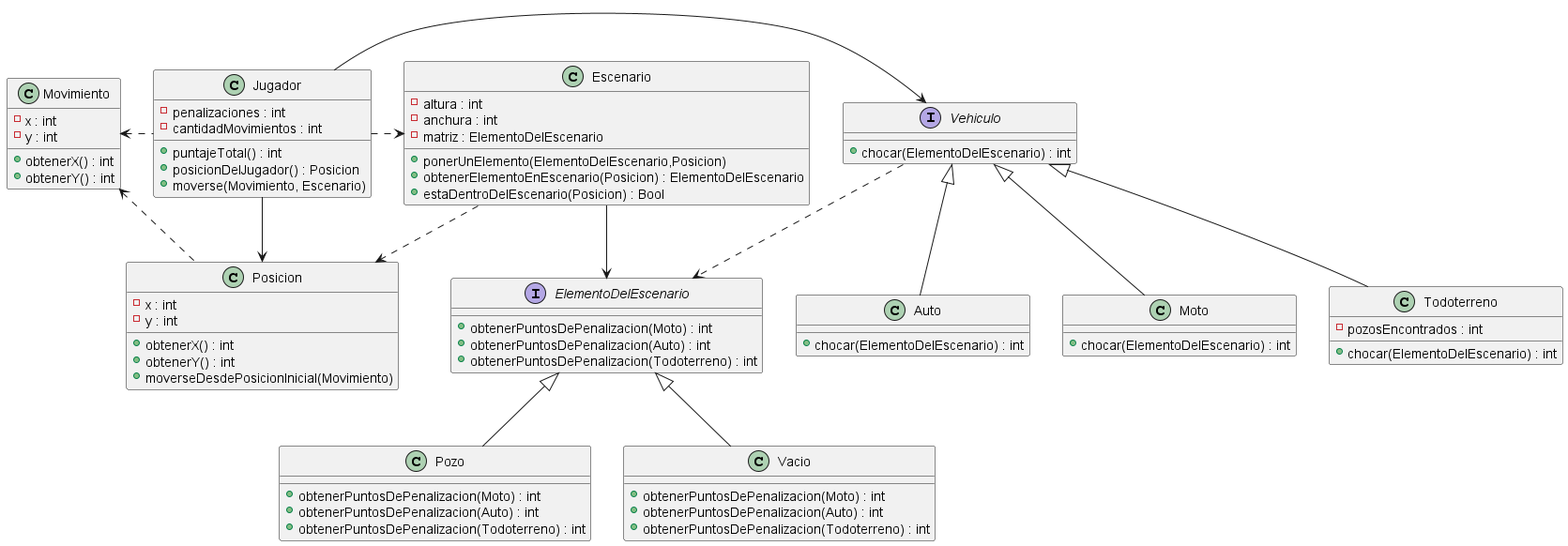
Earlier version of the PlantUML export diagrams/classes/diagrama_clase.png (NestorPala/T17-GPSChallenge). Its source is kept beside it as diagrams/classes/diagrama_clase.puml.
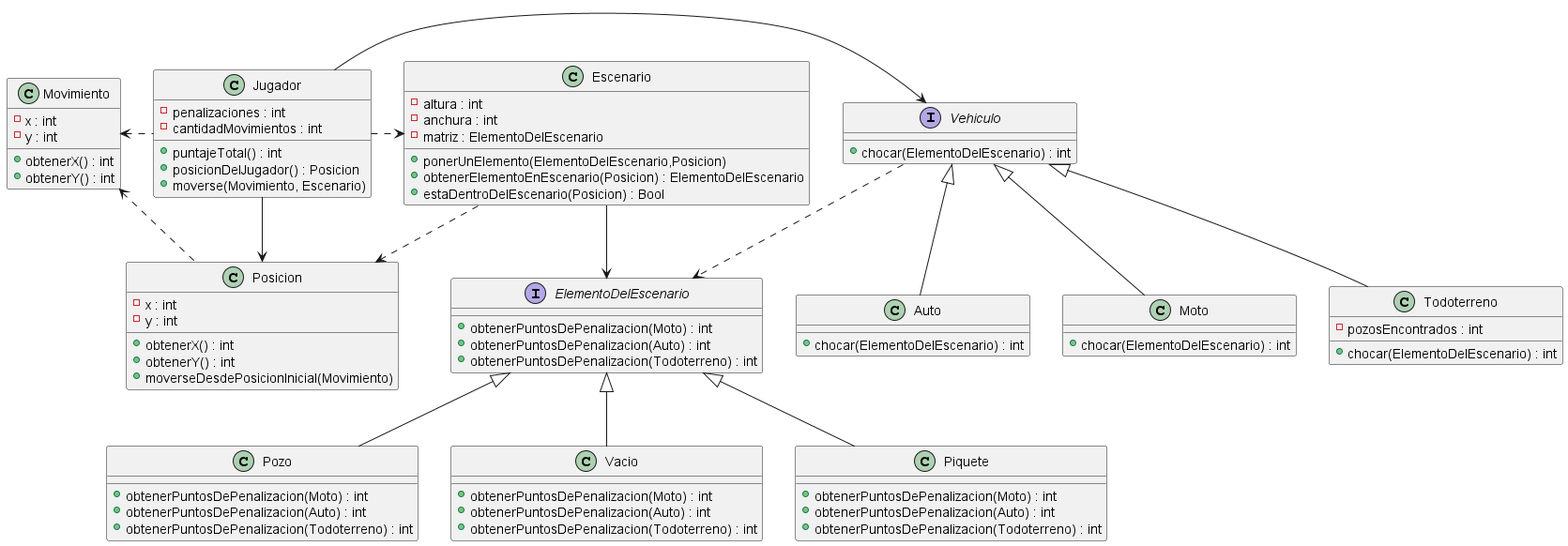
The same file after the commit.

Commit message:
Corrección en diagrama de clase

Diff of the diagram source:
```diff
@@ -44,6 +44,12 @@
     +  obtenerPuntosDePenalizacion(Todoterreno) : int
 }
 
+class Piquete {
+    +  obtenerPuntosDePenalizacion(Moto) : int
+    +  obtenerPuntosDePenalizacion(Auto) : int
+    +  obtenerPuntosDePenalizacion(Todoterreno) : int
+}
+
 class Auto {
     + chocar(ElementoDelEscenario) : int
 }
@@ -76,6 +82,7 @@
 
 ElementoDelEscenario <|-- Pozo
 ElementoDelEscenario <|-- Vacio
+ElementoDelEscenario <|-- Piquete
 
 Jugador --> Posicion
 Jugador .> Escenario
```
